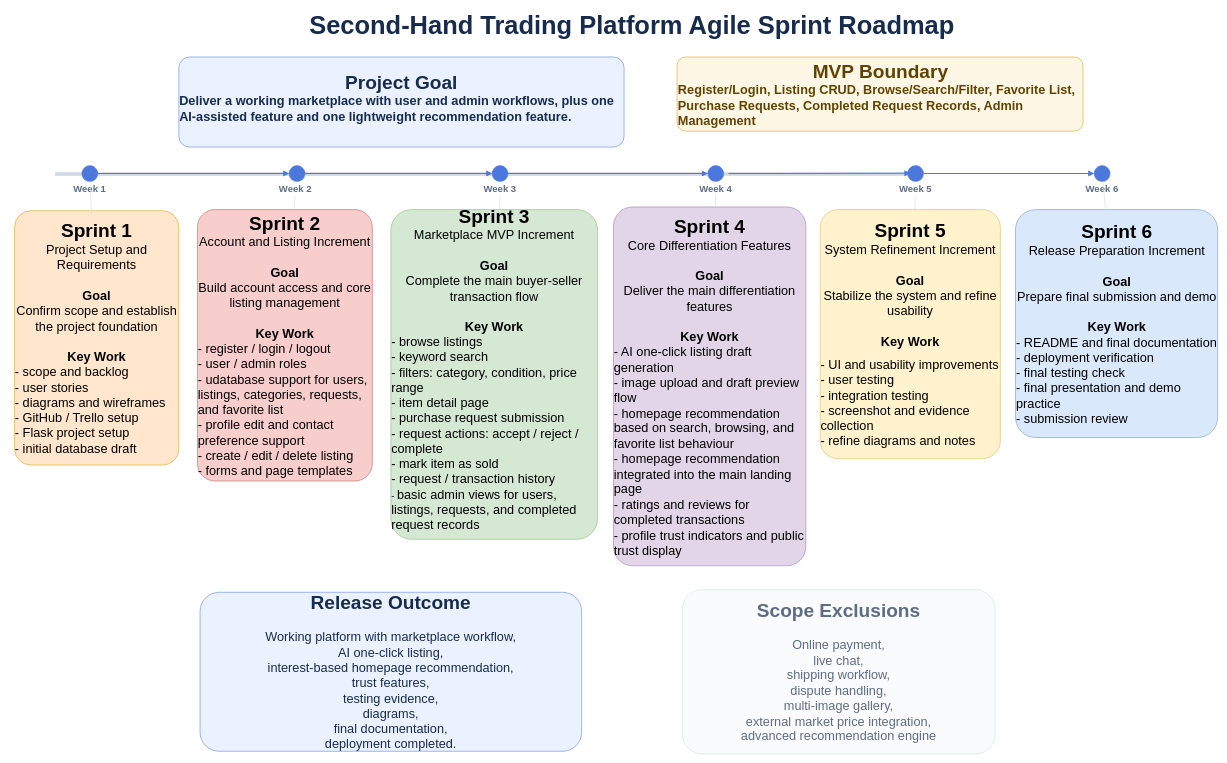
Above: diagram/agile_sprint_plan.drawio in aimeefan99/MSE800-KEA-OnlineShopping (draw.io), before the change. Source tidied: cells renumbered, new cells numbered last; positions are measured from the earlier drawing's top-left corner, leaving out a move shared by most shapes. Both pictures are drawn from the tidied source at 53%, with x=0, y=0 at pixel (14, 9).
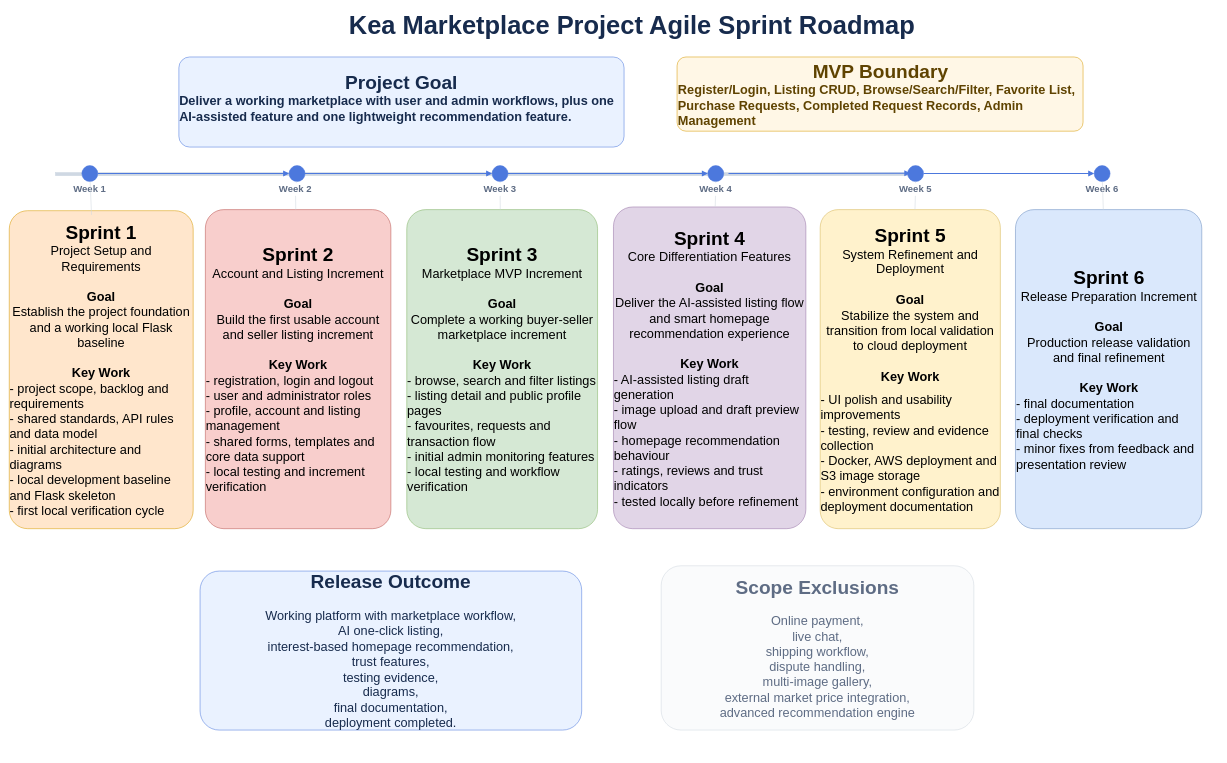
After the change.

The edit, as a diff of the source:
```diff
@@
-    <mxCell id="2" value="&lt;font style=&quot;font-size: 48px;&quot;&gt;Second-Hand Trading Platform Agile Sprint Roadmap&lt;/font&gt;" style="text;html=1;strokeColor=none;fillColor=none;align=center;verticalAlign=middle;whiteSpace=wrap;fontSize=26;fontStyle=1;fontColor=#172b4d;" parent="1" vertex="1">
+    <mxCell id="2" value="&lt;font style=&quot;font-size: 48px;&quot;&gt;Kea Marketplace Project Agile Sprint Roadmap&lt;/font&gt;" style="text;html=1;strokeColor=none;fillColor=none;align=center;verticalAlign=middle;whiteSpace=wrap;fontSize=26;fontStyle=1;fontColor=#172b4d;" parent="1" vertex="1">
       <mxGeometry x="530" width="1270" height="60" as="geometry" />
     </mxCell>
@@
-    <mxCell id="14" value="&lt;font style=&quot;font-size: 36px;&quot;&gt;&lt;b&gt;Sprint 1&lt;/b&gt;&lt;/font&gt;&lt;font style=&quot;font-size: 18px;&quot;&gt;&lt;br&gt;&lt;/font&gt;&lt;font style=&quot;font-size: 24px;&quot;&gt;Project Setup and Requirements&lt;br&gt;&lt;br&gt;&lt;b&gt;Goal&lt;/b&gt;&lt;br&gt;Confirm scope and establish the project foundation&lt;br&gt;&lt;br&gt;&lt;b&gt;Key Work&lt;/b&gt;&lt;br&gt;&lt;/font&gt;&lt;div align=&quot;left&quot;&gt;&lt;font style=&quot;font-size: 24px;&quot;&gt;- scope and backlog&lt;/font&gt;&lt;br&gt;&lt;font style=&quot;font-size: 24px;&quot;&gt;- user stories&lt;/font&gt;&lt;br&gt;&lt;font style=&quot;font-size: 24px;&quot;&gt;- diagrams and wireframes&lt;/font&gt;&lt;br&gt;&lt;font style=&quot;font-size: 24px;&quot;&gt;- GitHub / Trello setup&lt;/font&gt;&lt;br&gt;&lt;font style=&quot;font-size: 24px;&quot;&gt;- Flask project setup&lt;/font&gt;&lt;br&gt;&lt;font style=&quot;font-size: 24px;&quot;&gt;- initial database draft&lt;/font&gt;&lt;/div&gt;" style="rounded=1;whiteSpace=wrap;html=1;fillColor=#ffe6cc;strokeColor=#d79b00;fontSize=13;arcSize=10;shadow=0;" parent="1" vertex="1">
-      <mxGeometry y="380" width="310" height="480" as="geometry" />
+    <mxCell id="14" value="&lt;font style=&quot;font-size: 36px;&quot;&gt;&lt;b&gt;Sprint 1&lt;/b&gt;&lt;/font&gt;&lt;font style=&quot;font-size: 18px;&quot;&gt;&lt;br&gt;&lt;/font&gt;&lt;font style=&quot;font-size: 24px;&quot;&gt;Project Setup and Requirements&lt;br&gt;&lt;br&gt;&lt;b&gt;Goal&lt;/b&gt;&lt;br&gt;Establish the project foundation and a working local Flask baseline&lt;br&gt;&lt;br&gt;&lt;b&gt;Key Work&lt;/b&gt;&lt;br&gt;&lt;/font&gt;&lt;div align=&quot;left&quot;&gt;&lt;font style=&quot;font-size: 24px;&quot;&gt;- project scope, backlog and requirements&lt;/font&gt;&lt;br&gt;&lt;font style=&quot;font-size: 24px;&quot;&gt;- shared standards, API rules and data model&lt;/font&gt;&lt;br&gt;&lt;font style=&quot;font-size: 24px;&quot;&gt;- initial architecture and diagrams&lt;/font&gt;&lt;br&gt;&lt;font style=&quot;font-size: 24px;&quot;&gt;- local development baseline and Flask skeleton&lt;/font&gt;&lt;br&gt;&lt;font style=&quot;font-size: 24px;&quot;&gt;- first local verification cycle&lt;/font&gt;&lt;/div&gt;" style="rounded=1;whiteSpace=wrap;html=1;fillColor=#ffe6cc;strokeColor=#d79b00;fontSize=13;arcSize=10;shadow=0;" parent="1" vertex="1">
+      <mxGeometry x="-10" y="380" width="347" height="600" as="geometry" />
     </mxCell>
-    <mxCell id="15" style="edgeStyle=orthogonalEdgeStyle;rounded=0;jettySize=auto;html=1;exitX=0;exitY=0.5;exitDx=0;exitDy=0;" parent="1" edge="1" source="16">
-      <mxGeometry relative="1" as="geometry">
-        <mxPoint x="350" y="647.6" as="targetPoint" />
-      </mxGeometry>
-    </mxCell>
-    <mxCell id="16" value="&lt;font style=&quot;font-size: 36px;&quot;&gt;&lt;b&gt;Sprint 2&lt;/b&gt;&lt;/font&gt;&lt;font style=&quot;font-size: 24px;&quot;&gt;&lt;font&gt;&lt;br&gt;Account and Listing Increment&lt;br&gt;&lt;br&gt;&lt;b&gt;Goal&lt;/b&gt;&lt;br&gt;Build account access and core listing management&lt;br&gt;&lt;br&gt;&lt;b&gt;Key Work&lt;/b&gt;&lt;br&gt;&lt;/font&gt;&lt;/font&gt;&lt;div align=&quot;left&quot;&gt;&lt;font style=&quot;font-size: 24px;&quot;&gt;&lt;font&gt;- register / login / logout&lt;/font&gt;&lt;/font&gt;&lt;br&gt;&lt;font style=&quot;font-size: 24px;&quot;&gt;&lt;font&gt;- user / admin roles&lt;/font&gt;&lt;/font&gt;&lt;br&gt;&lt;font style=&quot;font-size: 24px;&quot;&gt;- udatabase support for users, listings, categories, requests, and favorite list&lt;/font&gt;&lt;br&gt;&lt;font style=&quot;font-size: 24px;&quot;&gt;&lt;font&gt;- profile edit and contact preference support&lt;/font&gt;&lt;/font&gt;&lt;br&gt;&lt;font style=&quot;font-size: 24px;&quot;&gt;&lt;font&gt;- create / edit / delete listing&lt;/font&gt;&lt;/font&gt;&lt;br&gt;&lt;font style=&quot;font-size: 24px;&quot;&gt;&lt;font&gt;- forms and page templates&lt;/font&gt;&lt;/font&gt;&lt;/div&gt;" style="rounded=1;whiteSpace=wrap;html=1;fillColor=#f8cecc;strokeColor=#b85450;fontSize=13;arcSize=10;shadow=0;" parent="1" vertex="1">
-      <mxGeometry x="345" y="378" width="330" height="512" as="geometry" />
+    <mxCell id="16" value="&lt;font style=&quot;font-size: 36px;&quot;&gt;&lt;b&gt;Sprint 2&lt;/b&gt;&lt;/font&gt;&lt;font style=&quot;font-size: 24px;&quot;&gt;&lt;font&gt;&lt;br&gt;Account and Listing Increment&lt;br&gt;&lt;br&gt;&lt;b&gt;Goal&lt;/b&gt;&lt;br&gt;Build the first usable account and seller listing increment&lt;br&gt;&lt;br&gt;&lt;b&gt;Key Work&lt;/b&gt;&lt;br&gt;&lt;/font&gt;&lt;/font&gt;&lt;div align=&quot;left&quot;&gt;&lt;font style=&quot;font-size: 24px;&quot;&gt;&lt;font&gt;- registration, login and logout&lt;/font&gt;&lt;/font&gt;&lt;br&gt;&lt;font style=&quot;font-size: 24px;&quot;&gt;&lt;font&gt;- user and administrator roles&lt;/font&gt;&lt;/font&gt;&lt;br&gt;&lt;font style=&quot;font-size: 24px;&quot;&gt;- profile, account and listing management&lt;/font&gt;&lt;br&gt;&lt;font style=&quot;font-size: 24px;&quot;&gt;&lt;font&gt;- shared forms, templates and core data support&lt;/font&gt;&lt;/font&gt;&lt;br&gt;&lt;font style=&quot;font-size: 24px;&quot;&gt;&lt;font&gt;- local testing and increment verification&lt;/font&gt;&lt;/font&gt;&lt;/div&gt;" style="rounded=1;whiteSpace=wrap;html=1;fillColor=#f8cecc;strokeColor=#b85450;fontSize=13;arcSize=10;shadow=0;" parent="1" vertex="1">
+      <mxGeometry x="360" y="378" width="350" height="602" as="geometry" />
     </mxCell>
-    <mxCell id="17" value="&lt;font style=&quot;font-size: 36px;&quot;&gt;&lt;b&gt;Sprint 3&lt;/b&gt;&lt;/font&gt;&lt;font style=&quot;font-size: 24px;&quot;&gt;&lt;font&gt;&lt;br&gt;Marketplace MVP Increment&lt;br&gt;&lt;br&gt;&lt;b&gt;Goal&lt;/b&gt;&lt;br&gt;Complete the main buyer-seller transaction flow&lt;br&gt;&lt;br&gt;&lt;b&gt;Key Work&lt;/b&gt;&lt;br&gt;&lt;/font&gt;&lt;/font&gt;&lt;div align=&quot;left&quot;&gt;&lt;font style=&quot;font-size: 24px;&quot;&gt;&lt;font&gt;- browse listings&lt;/font&gt;&lt;/font&gt;&lt;br&gt;&lt;font style=&quot;font-size: 24px;&quot;&gt;&lt;font&gt;- keyword search&lt;/font&gt;&lt;/font&gt;&lt;br&gt;&lt;font style=&quot;font-size: 24px;&quot;&gt;&lt;font&gt;- filters: category, condition, price range&lt;/font&gt;&lt;/font&gt;&lt;br&gt;&lt;font style=&quot;font-size: 24px;&quot;&gt;&lt;font&gt;- item detail page&lt;/font&gt;&lt;/font&gt;&lt;br&gt;&lt;font style=&quot;font-size: 24px;&quot;&gt;&lt;font&gt;- purchase request submission&lt;/font&gt;&lt;/font&gt;&lt;br&gt;&lt;font style=&quot;font-size: 24px;&quot;&gt;&lt;font&gt;- request actions: accept / reject / complete&lt;/font&gt;&lt;/font&gt;&lt;br&gt;&lt;font style=&quot;font-size: 24px;&quot;&gt;&lt;font&gt;- mark item as sold&lt;/font&gt;&lt;/font&gt;&lt;br&gt;&lt;font style=&quot;font-size: 24px;&quot;&gt;&lt;font&gt;- request / transaction history&lt;/font&gt;&lt;/font&gt;&lt;br&gt;&lt;font style=&quot;font-size: 18px;&quot;&gt;&lt;font&gt;- &lt;/font&gt;&lt;/font&gt;&lt;font style=&quot;font-size: 24px;&quot;&gt;&lt;font&gt;basic admin views for users, listings, requests, and completed request records&lt;/font&gt;&lt;/font&gt;&lt;font style=&quot;font-size: 18px;&quot;&gt;&lt;font&gt;&lt;br&gt;&lt;br&gt;&lt;/font&gt;&lt;/font&gt;&lt;/div&gt;" style="rounded=1;whiteSpace=wrap;html=1;fillColor=#d5e8d4;strokeColor=#82b366;fontSize=13;arcSize=10;shadow=0;" parent="1" vertex="1">
-      <mxGeometry x="710" y="378" width="390" height="622" as="geometry" />
+    <mxCell id="17" value="&lt;font style=&quot;font-size: 36px;&quot;&gt;&lt;b&gt;Sprint 3&lt;/b&gt;&lt;/font&gt;&lt;font style=&quot;font-size: 24px;&quot;&gt;&lt;font&gt;&lt;br&gt;Marketplace MVP Increment&lt;br&gt;&lt;br&gt;&lt;b&gt;Goal&lt;/b&gt;&lt;br&gt;Complete a working buyer-seller marketplace increment&lt;br&gt;&lt;br&gt;&lt;b&gt;Key Work&lt;/b&gt;&lt;br&gt;&lt;/font&gt;&lt;/font&gt;&lt;div align=&quot;left&quot;&gt;&lt;font style=&quot;font-size: 24px;&quot;&gt;&lt;font&gt;- browse, search and filter listings&lt;/font&gt;&lt;/font&gt;&lt;br&gt;&lt;font style=&quot;font-size: 24px;&quot;&gt;&lt;font&gt;- listing detail and public profile pages&lt;/font&gt;&lt;/font&gt;&lt;br&gt;&lt;font style=&quot;font-size: 24px;&quot;&gt;&lt;font&gt;- favourites, requests and transaction flow&lt;/font&gt;&lt;/font&gt;&lt;br&gt;&lt;font style=&quot;font-size: 24px;&quot;&gt;&lt;font&gt;- initial admin monitoring features&lt;/font&gt;&lt;/font&gt;&lt;br&gt;&lt;font style=&quot;font-size: 24px;&quot;&gt;&lt;font&gt;- local testing and workflow verification&lt;/font&gt;&lt;/font&gt;&lt;/div&gt;" style="rounded=1;whiteSpace=wrap;html=1;fillColor=#d5e8d4;strokeColor=#82b366;fontSize=13;arcSize=10;shadow=0;" parent="1" vertex="1">
+      <mxGeometry x="740" y="378" width="360" height="602" as="geometry" />
     </mxCell>
-    <mxCell id="18" value="&lt;font style=&quot;font-size: 36px;&quot;&gt;&lt;b&gt;Sprint 4&lt;/b&gt;&lt;/font&gt;&lt;font style=&quot;font-size: 24px;&quot;&gt;&lt;font&gt;&lt;br&gt;Core Differentiation Features&lt;br&gt;&lt;br&gt;&lt;b&gt;Goal&lt;/b&gt;&lt;br&gt;Deliver the main differentiation features&lt;br&gt;&lt;br&gt;&lt;b&gt;Key Work&lt;/b&gt;&lt;br&gt;&lt;/font&gt;&lt;/font&gt;&lt;div align=&quot;left&quot;&gt;&lt;font style=&quot;font-size: 24px;&quot;&gt;&lt;font&gt;- AI one-click listing draft generation&lt;/font&gt;&lt;/font&gt;&lt;br&gt;&lt;font style=&quot;font-size: 24px;&quot;&gt;&lt;font&gt;- image upload and draft preview flow&lt;/font&gt;&lt;/font&gt;&lt;br&gt;&lt;font style=&quot;font-size: 24px;&quot;&gt;&lt;font&gt;- homepage recommendation based on search, browsing, and favorite list behaviour&lt;/font&gt;&lt;/font&gt;&lt;br&gt;&lt;font style=&quot;font-size: 24px;&quot;&gt;&lt;font&gt;- homepage recommendation integrated into the main landing page&lt;/font&gt;&lt;/font&gt;&lt;br&gt;&lt;font style=&quot;font-size: 24px;&quot;&gt;&lt;font&gt;- ratings and reviews for completed transactions&lt;/font&gt;&lt;/font&gt;&lt;br&gt;&lt;font style=&quot;font-size: 24px;&quot;&gt;&lt;font&gt;- profile trust indicators and public trust display&lt;/font&gt;&lt;/font&gt;&lt;/div&gt;" style="rounded=1;whiteSpace=wrap;html=1;fillColor=#e1d5e7;strokeColor=#9673a6;fontSize=13;arcSize=10;shadow=0;" parent="1" vertex="1">
-      <mxGeometry x="1130" y="373" width="363" height="677" as="geometry" />
+    <mxCell id="18" value="&lt;font style=&quot;font-size: 36px;&quot;&gt;&lt;b&gt;Sprint 4&lt;/b&gt;&lt;/font&gt;&lt;font style=&quot;font-size: 24px;&quot;&gt;&lt;font&gt;&lt;br&gt;Core Differentiation Features&lt;br&gt;&lt;br&gt;&lt;/font&gt;&lt;/font&gt;&lt;div&gt;&lt;font style=&quot;font-size: 24px;&quot;&gt;&lt;font&gt;&lt;b&gt;Goal&lt;/b&gt;&lt;/font&gt;&lt;/font&gt;&lt;/div&gt;&lt;div&gt;&lt;font style=&quot;font-size: 24px;&quot;&gt;&lt;font&gt;Deliver the AI-assisted listing flow and smart homepage recommendation experience&lt;/font&gt;&lt;/font&gt;&lt;/div&gt;&lt;font style=&quot;font-size: 24px;&quot;&gt;&lt;font&gt;&lt;br&gt;&lt;b&gt;Key Work&lt;/b&gt;&lt;br&gt;&lt;/font&gt;&lt;/font&gt;&lt;div align=&quot;left&quot;&gt;&lt;font style=&quot;font-size: 24px;&quot;&gt;&lt;font&gt;- AI-assisted listing draft generation&lt;/font&gt;&lt;/font&gt;&lt;br&gt;&lt;font style=&quot;font-size: 24px;&quot;&gt;&lt;font&gt;- image upload and draft preview flow&lt;/font&gt;&lt;/font&gt;&lt;br&gt;&lt;font style=&quot;font-size: 24px;&quot;&gt;&lt;font&gt;- homepage recommendation behaviour&lt;/font&gt;&lt;/font&gt;&lt;br&gt;&lt;font style=&quot;font-size: 24px;&quot;&gt;&lt;font&gt;- ratings, reviews and trust indicators&lt;/font&gt;&lt;/font&gt;&lt;br&gt;&lt;font style=&quot;font-size: 24px;&quot;&gt;&lt;font&gt;- tested locally before refinement&lt;/font&gt;&lt;/font&gt;&lt;/div&gt;" style="rounded=1;whiteSpace=wrap;html=1;fillColor=#e1d5e7;strokeColor=#9673a6;fontSize=13;arcSize=10;shadow=0;" parent="1" vertex="1">
+      <mxGeometry x="1130" y="373" width="363" height="607" as="geometry" />
     </mxCell>
-    <mxCell id="19" value="&lt;font style=&quot;font-size: 36px;&quot;&gt;&lt;b&gt;Sprint 5&lt;/b&gt;&lt;/font&gt;&lt;font style=&quot;font-size: 24px;&quot;&gt;&lt;font&gt;&lt;br&gt;System Refinement Increment&lt;br&gt;&lt;br&gt;&lt;b&gt;Goal&lt;/b&gt;&lt;br&gt;Stabilize the system and refine usability&lt;br&gt;&lt;br&gt;&lt;b&gt;Key Work&lt;/b&gt;&lt;br&gt;&lt;/font&gt;&lt;/font&gt;&lt;div align=&quot;left&quot;&gt;&lt;br&gt;&lt;font style=&quot;font-size: 24px;&quot;&gt;&lt;font&gt;- UI and usability improvements&lt;/font&gt;&lt;/font&gt;&lt;br&gt;&lt;font style=&quot;font-size: 24px;&quot;&gt;&lt;font&gt;- user testing&lt;/font&gt;&lt;/font&gt;&lt;br&gt;&lt;font style=&quot;font-size: 24px;&quot;&gt;&lt;font&gt;- integration testing&lt;/font&gt;&lt;/font&gt;&lt;br&gt;&lt;font style=&quot;font-size: 24px;&quot;&gt;&lt;font&gt;- screenshot and evidence collection&lt;/font&gt;&lt;/font&gt;&lt;br&gt;&lt;font style=&quot;font-size: 24px;&quot;&gt;&lt;font&gt;- refine diagrams and notes&lt;/font&gt;&lt;/font&gt;&lt;/div&gt;" style="rounded=1;whiteSpace=wrap;html=1;fillColor=#fff2cc;strokeColor=#d6b656;fontSize=13;arcSize=10;shadow=0;" parent="1" vertex="1">
-      <mxGeometry x="1520" y="378" width="340" height="470" as="geometry" />
+    <mxCell id="19" value="&lt;font style=&quot;font-size: 36px;&quot;&gt;&lt;b&gt;Sprint 5&lt;/b&gt;&lt;/font&gt;&lt;font style=&quot;font-size: 24px;&quot;&gt;&lt;font&gt;&lt;br&gt;System Refinement and Deployment&lt;br&gt;&lt;br&gt;&lt;b&gt;Goal&lt;/b&gt;&lt;br&gt;Stabilize the system and transition from local validation to cloud deployment&lt;br&gt;&lt;br&gt;&lt;b&gt;Key Work&lt;/b&gt;&lt;br&gt;&lt;/font&gt;&lt;/font&gt;&lt;div align=&quot;left&quot;&gt;&lt;br&gt;&lt;font style=&quot;font-size: 24px;&quot;&gt;&lt;font&gt;- UI polish and usability improvements&lt;/font&gt;&lt;/font&gt;&lt;br&gt;&lt;font style=&quot;font-size: 24px;&quot;&gt;&lt;font&gt;- testing, review and evidence collection&lt;/font&gt;&lt;/font&gt;&lt;br&gt;&lt;font style=&quot;font-size: 24px;&quot;&gt;&lt;font&gt;- Docker, AWS deployment and S3 image storage&lt;/font&gt;&lt;/font&gt;&lt;br&gt;&lt;font style=&quot;font-size: 24px;&quot;&gt;&lt;font&gt;- environment configuration and deployment documentation&lt;/font&gt;&lt;/font&gt;&lt;/div&gt;" style="rounded=1;whiteSpace=wrap;html=1;fillColor=#fff2cc;strokeColor=#d6b656;fontSize=13;arcSize=10;shadow=0;" parent="1" vertex="1">
+      <mxGeometry x="1520" y="378" width="340" height="602" as="geometry" />
     </mxCell>
-    <mxCell id="20" value="&lt;font style=&quot;font-size: 36px;&quot;&gt;&lt;b&gt;Sprint 6&lt;/b&gt;&lt;/font&gt;&lt;font style=&quot;font-size: 24px;&quot;&gt;&lt;font&gt;&lt;br&gt;Release Preparation Increment&lt;br&gt;&lt;br&gt;&lt;b&gt;Goal&lt;/b&gt;&lt;br&gt;Prepare final submission and demo&lt;br&gt;&lt;br&gt;&lt;b&gt;Key Work&lt;/b&gt;&lt;br&gt;&lt;/font&gt;&lt;/font&gt;&lt;div align=&quot;left&quot;&gt;&lt;font style=&quot;font-size: 24px;&quot;&gt;&lt;font&gt;- README and final documentation&lt;/font&gt;&lt;/font&gt;&lt;br&gt;&lt;font style=&quot;font-size: 24px;&quot;&gt;&lt;font&gt;- deployment verification&lt;/font&gt;&lt;/font&gt;&lt;br&gt;&lt;font style=&quot;font-size: 24px;&quot;&gt;&lt;font&gt;- final testing check&lt;/font&gt;&lt;/font&gt;&lt;br&gt;&lt;font style=&quot;font-size: 24px;&quot;&gt;&lt;font&gt;- final presentation and demo practice&lt;/font&gt;&lt;/font&gt;&lt;br&gt;&lt;font style=&quot;font-size: 24px;&quot;&gt;&lt;font&gt;- submission review&lt;/font&gt;&lt;/font&gt;&lt;/div&gt;" style="rounded=1;whiteSpace=wrap;html=1;fillColor=#dae8fc;strokeColor=#6c8ebf;fontSize=13;arcSize=10;shadow=0;" parent="1" vertex="1">
-      <mxGeometry x="1888.5" y="378" width="381.5" height="430" as="geometry" />
+    <mxCell id="20" value="&lt;font style=&quot;font-size: 36px;&quot;&gt;&lt;b&gt;Sprint 6&lt;/b&gt;&lt;/font&gt;&lt;font style=&quot;font-size: 24px;&quot;&gt;&lt;font&gt;&lt;br&gt;Release Preparation Increment&lt;br&gt;&lt;br&gt;&lt;b&gt;Goal&lt;/b&gt;&lt;br&gt;Production release validation and final refinement&lt;br&gt;&lt;br&gt;&lt;b&gt;Key Work&lt;/b&gt;&lt;br&gt;&lt;/font&gt;&lt;/font&gt;&lt;div align=&quot;left&quot;&gt;&lt;font style=&quot;font-size: 24px;&quot;&gt;&lt;font&gt;- final documentation&lt;/font&gt;&lt;/font&gt;&lt;br&gt;&lt;font style=&quot;font-size: 24px;&quot;&gt;&lt;font&gt;- deployment verification and final checks&lt;/font&gt;&lt;/font&gt;&lt;br&gt;&lt;font style=&quot;font-size: 24px;&quot;&gt;&lt;font&gt;- minor fixes from feedback and presentation review&lt;/font&gt;&lt;/font&gt;&lt;/div&gt;" style="rounded=1;whiteSpace=wrap;html=1;fillColor=#dae8fc;strokeColor=#6c8ebf;fontSize=13;arcSize=10;shadow=0;" parent="1" vertex="1">
+      <mxGeometry x="1888.5" y="378" width="351.5" height="602" as="geometry" />
     </mxCell>
     <mxCell id="21" value="&lt;div&gt;&lt;font style=&quot;font-size: 36px;&quot;&gt;Release Outcome&lt;/font&gt;&lt;/div&gt;&lt;div&gt;&lt;font style=&quot;font-size: 24px;&quot;&gt;&lt;br&gt;&lt;/font&gt;&lt;/div&gt;&lt;font style=&quot;font-weight: normal; font-size: 24px;&quot;&gt;Working platform with marketplace workflow,&lt;br&gt;AI one-click listing,&lt;br&gt;interest-based homepage recommendation,&lt;br&gt;trust features,&lt;br&gt;testing evidence,&lt;br&gt;diagrams,&lt;br&gt;final documentation,&lt;br&gt;deployment completed.&lt;/font&gt;" style="rounded=1;whiteSpace=wrap;html=1;fillColor=#eaf2ff;strokeColor=#4c78dd;fontSize=14;fontStyle=1;fontColor=#172b4d;arcSize=12;" parent="1" vertex="1">
-      <mxGeometry x="350" y="1100" width="720" height="300" as="geometry" />
+      <mxGeometry x="350" y="1060" width="720" height="300" as="geometry" />
     </mxCell>
     <mxCell id="22" value="&lt;div&gt;&lt;font style=&quot;font-size: 36px;&quot;&gt;&lt;b&gt;&lt;font&gt;Scope Exclusions&lt;/font&gt;&lt;/b&gt;&lt;/font&gt;&lt;/div&gt;&lt;div&gt;&lt;font style=&quot;font-size: 24px;&quot;&gt;&lt;br&gt;&lt;/font&gt;&lt;/div&gt;&lt;div&gt;&lt;font style=&quot;font-size: 24px;&quot;&gt;Online payment,&lt;br&gt;live chat,&lt;br&gt;shipping workflow,&lt;br&gt;dispute handling,&lt;br&gt;multi-image gallery,&lt;br&gt;external market price integration,&lt;br&gt;advanced recommendation engine&lt;/font&gt;&lt;/div&gt;" style="rounded=1;whiteSpace=wrap;html=1;fillColor=#fafbfc;strokeColor=#d0d7de;fontSize=13;fontColor=#5e6c84;arcSize=12;" parent="1" vertex="1">
-      <mxGeometry x="1260" y="1095" width="590" height="310" as="geometry" />
+      <mxGeometry x="1220" y="1050" width="590" height="310" as="geometry" />
     </mxCell>
```
